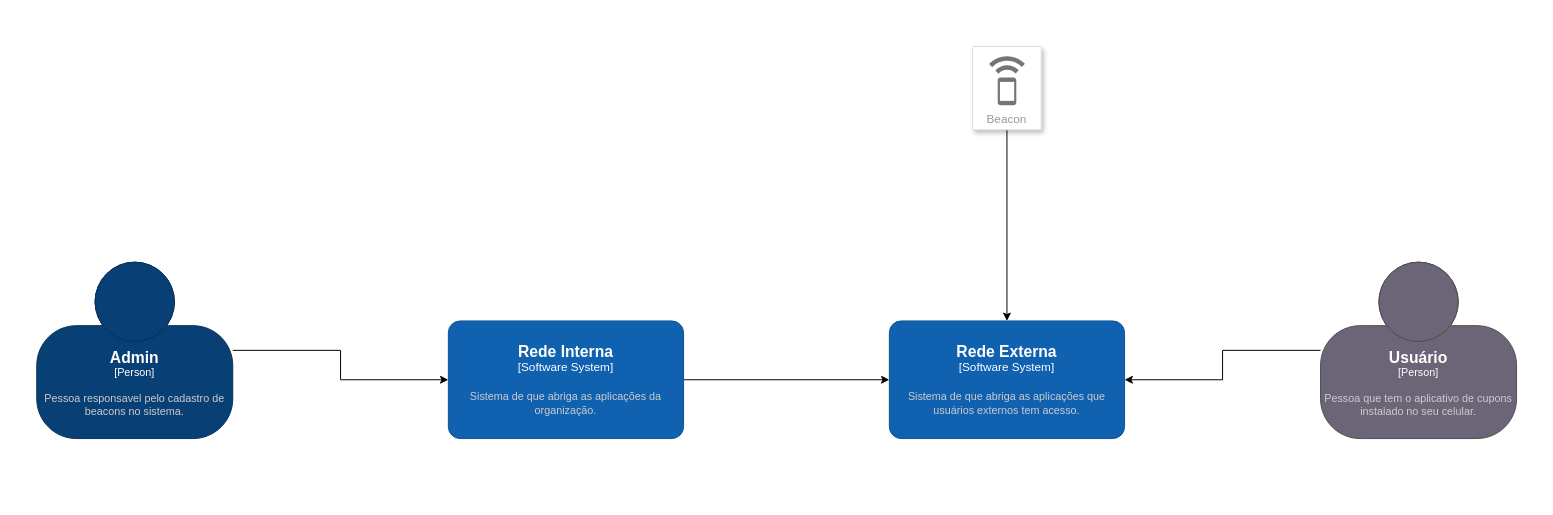
Earlier version of the draw.io diagram page "Contexto" (1 of 2) of arquitetura.drawio (dickson-souza-projects/arq-soft-distrib-puc-minas-2025-java). Source tidied: cells renumbered, new cells numbered last; positions are measured from the earlier drawing's top-left corner, leaving out a move shared by most shapes. Both pictures are drawn from the tidied source at 98%, with x=0, y=0 at pixel (36, 46).
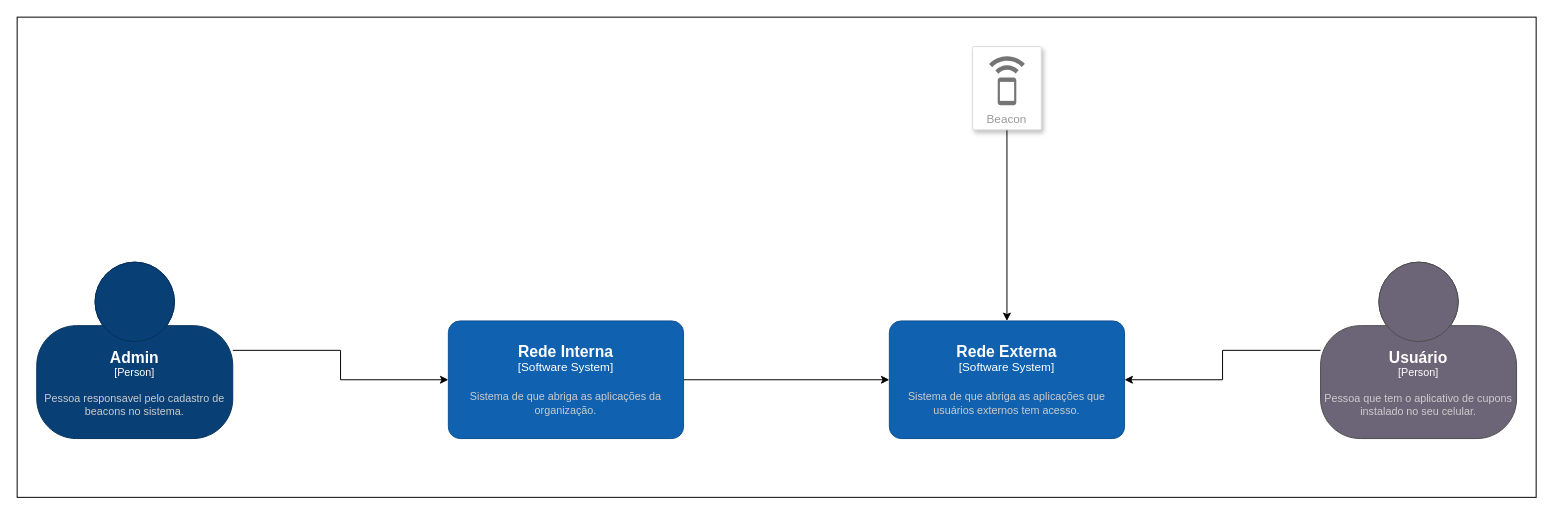
After the change.

What changed in the source:
```diff
@@
 <mxGraphModel>
   <root>
     <mxCell id="0" />
     <mxCell id="1" parent="0" />
+    <mxCell id="12" style="rounded=0;whiteSpace=wrap;html=1;" parent="1" vertex="1">
+      <mxGeometry x="-20" y="-30" width="1550" height="490" as="geometry" />
+    </mxCell>
     <mxCell id="2" style="edgeStyle=orthogonalEdgeStyle;rounded=0;jettySize=auto;html=1;" parent="1" edge="1" source="3" target="5">
       <mxGeometry relative="1" as="geometry" />
     </mxCell>
     <object id="3" label="&lt;font style=&quot;font-size: 16px&quot;&gt;&lt;b&gt;%c4Name%&lt;/b&gt;&lt;/font&gt;&lt;div&gt;[%c4Type%]&lt;/div&gt;&lt;br&gt;&lt;div&gt;&lt;font style=&quot;font-size: 11px&quot;&gt;&lt;font color=&quot;#cccccc&quot;&gt;%c4Description%&lt;/font&gt;&lt;/div&gt;" c4Description="Pessoa responsavel pelo cadastro de beacons no sistema." c4Name="Admin" c4Type="Person" placeholders="1">
       <mxCell style="html=1;fontSize=11;dashed=0;whiteSpace=wrap;fillColor=#083F75;strokeColor=#06315C;fontColor=#ffffff;shape=mxgraph.c4.person2;align=center;points=[[0.5,0,0],[1,0.5,0],[1,0.75,0],[0.75,1,0],[0.5,1,0],[0.25,1,0],[0,0.75,0],[0,0.5,0]];" parent="1" vertex="1">
         <mxGeometry y="220" width="200" height="180" as="geometry" />
       </mxCell>
     </object>
     <mxCell id="4" style="edgeStyle=orthogonalEdgeStyle;rounded=0;jettySize=auto;html=1;" parent="1" edge="1" source="5" target="6">
       <mxGeometry relative="1" as="geometry" />
     </mxCell>
     <object id="5" label="&lt;font style=&quot;font-size: 16px&quot;&gt;&lt;b&gt;%c4Name%&lt;/b&gt;&lt;/font&gt;&lt;div&gt;[%c4Type%]&lt;/div&gt;&lt;br&gt;&lt;div&gt;&lt;font style=&quot;font-size: 11px&quot;&gt;&lt;font color=&quot;#cccccc&quot;&gt;%c4Description%&lt;/font&gt;&lt;/div&gt;" c4Description="Sistema de que abriga as aplicações da organização." c4Name="Rede Interna" c4Type="Software System" placeholders="1">
       <mxCell style="rounded=1;whiteSpace=wrap;html=1;labelBackgroundColor=none;fillColor=#1061B0;fontColor=#ffffff;align=center;arcSize=10;strokeColor=#0D5091;points=[[0.25,0,0],[0.5,0,0],[0.75,0,0],[1,0.25,0],[1,0.5,0],[1,0.75,0],[0.75,1,0],[0.5,1,0],[0.25,1,0],[0,0.75,0],[0,0.5,0],[0,0.25,0]];" parent="1" vertex="1">
         <mxGeometry x="420" y="280" width="240" height="120" as="geometry" />
       </mxCell>
     </object>
     <object id="6" label="&lt;font style=&quot;font-size: 16px&quot;&gt;&lt;b&gt;%c4Name%&lt;/b&gt;&lt;/font&gt;&lt;div&gt;[%c4Type%]&lt;/div&gt;&lt;br&gt;&lt;div&gt;&lt;font style=&quot;font-size: 11px&quot;&gt;&lt;font color=&quot;#cccccc&quot;&gt;%c4Description%&lt;/font&gt;&lt;/div&gt;" c4Description="Sistema de que abriga as aplicações que usuários externos tem acesso." c4Name="Rede Externa" c4Type="Software System" placeholders="1">
       <mxCell style="rounded=1;whiteSpace=wrap;html=1;labelBackgroundColor=none;fillColor=#1061B0;fontColor=#ffffff;align=center;arcSize=10;strokeColor=#0D5091;points=[[0.25,0,0],[0.5,0,0],[0.75,0,0],[1,0.25,0],[1,0.5,0],[1,0.75,0],[0.75,1,0],[0.5,1,0],[0.25,1,0],[0,0.75,0],[0,0.5,0],[0,0.25,0]];" parent="1" vertex="1">
         <mxGeometry x="870" y="280" width="240" height="120" as="geometry" />
       </mxCell>
     </object>
     <mxCell id="7" style="edgeStyle=orthogonalEdgeStyle;rounded=0;jettySize=auto;html=1;" parent="1" edge="1" source="8" target="6">
       <mxGeometry relative="1" as="geometry" />
     </mxCell>
     <mxCell id="8" value="Beacon" style="strokeColor=#dddddd;shadow=1;strokeWidth=1;rounded=1;absoluteArcSize=1;arcSize=2;labelPosition=center;verticalLabelPosition=middle;align=center;verticalAlign=bottom;spacingLeft=0;fontColor=#999999;fontSize=12;whiteSpace=wrap;spacingBottom=2;html=1;" parent="1" vertex="1">
       <mxGeometry x="955" width="70" height="85" as="geometry" />
     </mxCell>
     <mxCell id="9" style="sketch=0;dashed=0;html=1;fillColor=#757575;strokeColor=none;shape=mxgraph.gcp2.beacon;" parent="8" vertex="1">
       <mxGeometry x="0.5" width="36.5" height="50" relative="1" as="geometry">
         <mxPoint x="-18.2" y="10" as="offset" />
       </mxGeometry>
     </mxCell>
     <mxCell id="10" style="edgeStyle=orthogonalEdgeStyle;rounded=0;jettySize=auto;html=1;" parent="1" edge="1" source="11" target="6">
       <mxGeometry relative="1" as="geometry" />
     </mxCell>
     <object id="11" label="&lt;font style=&quot;font-size: 16px&quot;&gt;&lt;b&gt;%c4Name%&lt;/b&gt;&lt;/font&gt;&lt;div&gt;[%c4Type%]&lt;/div&gt;&lt;br&gt;&lt;div&gt;&lt;font style=&quot;font-size: 11px&quot;&gt;&lt;font color=&quot;#cccccc&quot;&gt;%c4Description%&lt;/font&gt;&lt;/div&gt;" c4Description="Pessoa que tem o aplicativo de cupons instalado no seu celular." c4Name="Usuário" c4Type="Person" placeholders="1">
       <mxCell style="html=1;fontSize=11;dashed=0;whiteSpace=wrap;fillColor=#6C6477;strokeColor=#4D4D4D;fontColor=#ffffff;shape=mxgraph.c4.person2;align=center;points=[[0.5,0,0],[1,0.5,0],[1,0.75,0],[0.75,1,0],[0.5,1,0],[0.25,1,0],[0,0.75,0],[0,0.5,0]];" parent="1" vertex="1">
         <mxGeometry x="1310" y="220" width="200" height="180" as="geometry" />
       </mxCell>
     </object>
   </root>
 </mxGraphModel>
```
